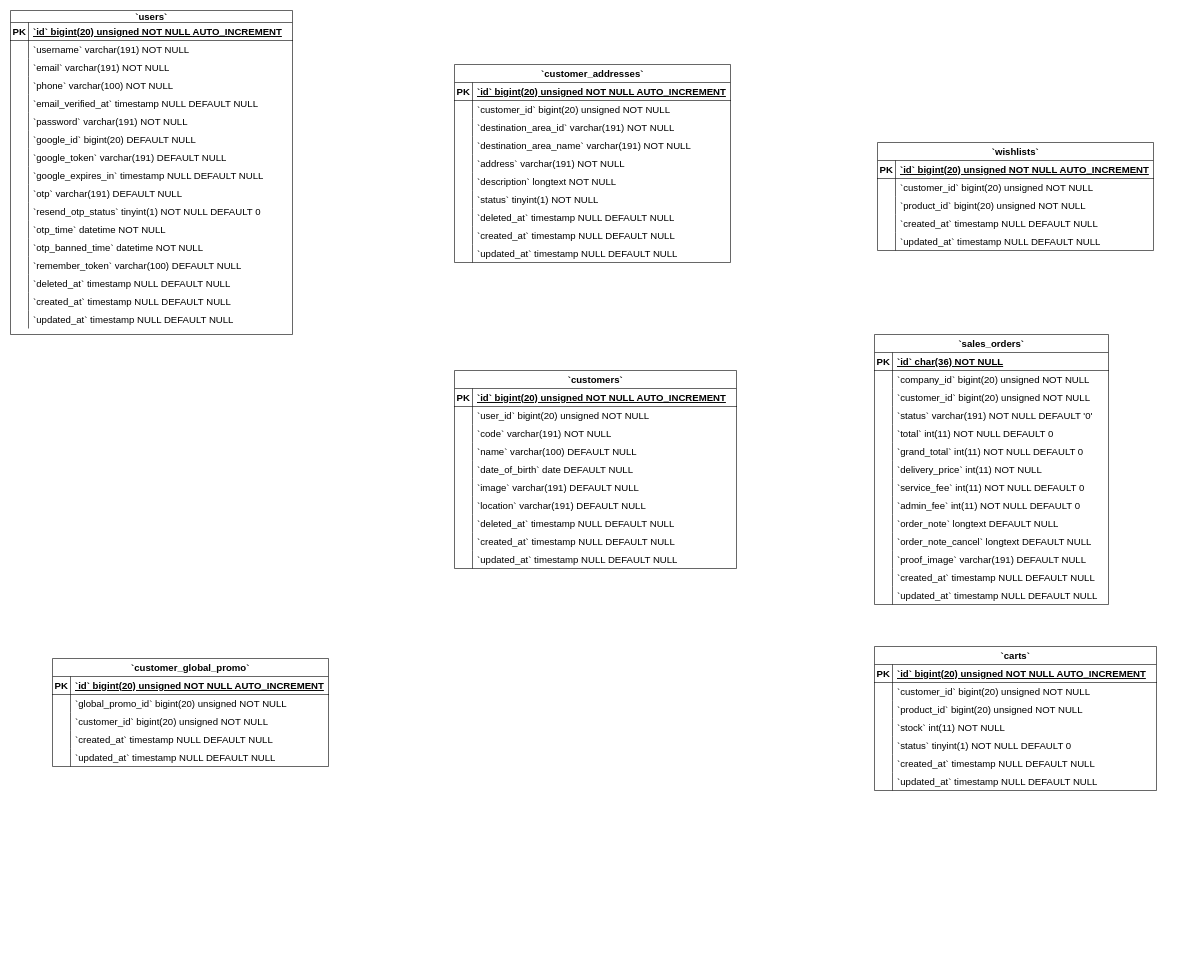
Before: Customers ERD Diagram.drawio in Simasco/diagram, a draw.io diagram. Source tidied: cells renumbered, new cells numbered last; positions are measured from the earlier drawing's top-left corner, leaving out a move shared by most shapes. Both pictures are drawn from the tidied source at 60%, with x=0, y=0 at pixel (10, 10).
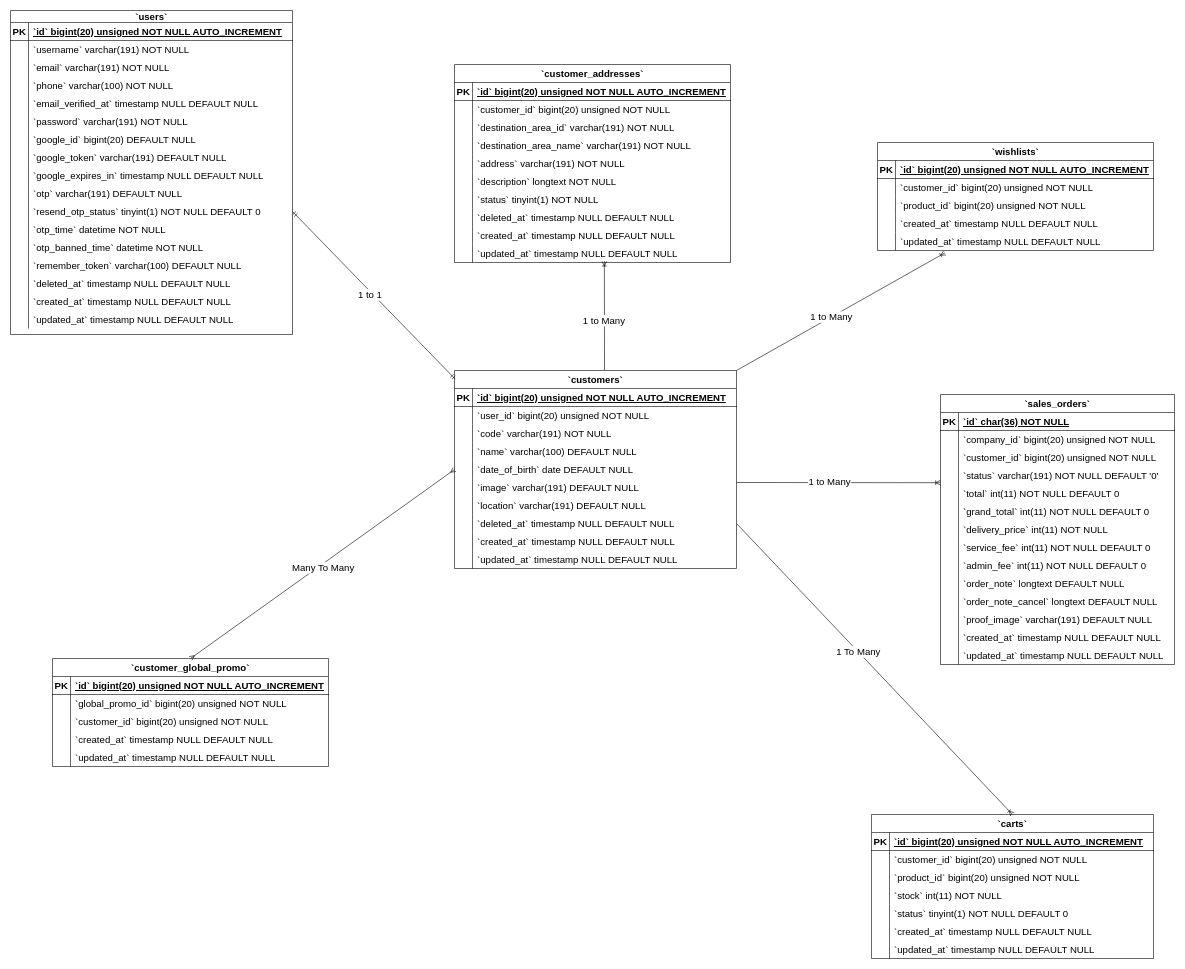
The same diagram, later.

Unchanged cells that the change refers to:
```xml
<mxCell id="33" style="shape=tableRow;horizontal=0;startSize=0;swimlaneHead=0;swimlaneBody=0;fillColor=none;points=[[0,0.5],[1,0.5]];portConstraint=eastwest;strokeColor=inherit;top=0;left=0;right=0;bottom=0;fontSize=16;" parent="2" vertex="1">
  <mxGeometry y="320" width="470" height="30" as="geometry" />
</mxCell>
<mxCell id="54" value="`customers`" style="shape=table;startSize=30;childLayout=tableLayout;rowLines=0;fontStyle=1;align=center;fontSize=16;" parent="1" vertex="1">
  <mxGeometry x="740" y="600" width="470" height="330" as="geometry" />
</mxCell>
<mxCell id="67" style="shape=tableRow;horizontal=0;startSize=0;swimlaneHead=0;swimlaneBody=0;fillColor=none;points=[[0,0.5],[1,0.5]];portConstraint=eastwest;strokeColor=inherit;top=0;left=0;right=0;bottom=0;fontSize=16;" parent="54" vertex="1">
  <mxGeometry y="150" width="470" height="30" as="geometry" />
</mxCell>
<mxCell id="76" style="shape=tableRow;horizontal=0;startSize=0;swimlaneHead=0;swimlaneBody=0;fillColor=none;points=[[0,0.5],[1,0.5]];portConstraint=eastwest;strokeColor=inherit;top=0;left=0;right=0;bottom=0;fontSize=16;" parent="54" vertex="1">
  <mxGeometry y="240" width="470" height="30" as="geometry" />
</mxCell>
<mxCell id="113" style="shape=tableRow;horizontal=0;startSize=0;swimlaneHead=0;swimlaneBody=0;fillColor=none;points=[[0,0.5],[1,0.5]];portConstraint=eastwest;strokeColor=inherit;top=0;left=0;right=0;bottom=0;fontSize=16;" parent="85" vertex="1">
  <mxGeometry y="300" width="460" height="30" as="geometry" />
</mxCell>
<mxCell id="138" value="`customer_global_promo`" style="shape=table;startSize=30;childLayout=tableLayout;rowLines=0;fontStyle=1;align=center;fontSize=16;" parent="1" vertex="1">
  <mxGeometry x="70" y="1080" width="460" height="180" as="geometry" />
</mxCell>
<mxCell id="210" style="shape=tableRow;horizontal=0;startSize=0;swimlaneHead=0;swimlaneBody=0;fillColor=none;points=[[0,0.5],[1,0.5]];portConstraint=eastwest;strokeColor=inherit;top=0;left=0;right=0;bottom=0;fontSize=16;" parent="197" vertex="1">
  <mxGeometry y="150" width="460" height="30" as="geometry" />
</mxCell>
```

What changed in the source:
```diff
@@
     <mxCell id="116" value="`carts`" style="shape=table;startSize=30;childLayout=tableLayout;rowLines=0;fontStyle=1;align=center;fontSize=16;" parent="1" vertex="1">
-      <mxGeometry x="1440" y="1060" width="470" height="240" as="geometry" />
+      <mxGeometry x="1435" y="1340" width="470" height="240" as="geometry" />
     </mxCell>
@@
     <mxCell id="154" value="`sales_orders`" style="shape=table;startSize=30;childLayout=tableLayout;rowLines=0;fontStyle=1;align=center;fontSize=16;" parent="1" vertex="1">
-      <mxGeometry x="1440" y="540" width="390" height="450" as="geometry" />
+      <mxGeometry x="1550" y="640" width="390" height="450" as="geometry" />
     </mxCell>
@@
+    <mxCell id="213" style="fontSize=16;html=1;endArrow=ERoneToMany;rounded=0;exitX=0.532;exitY=-0.002;exitDx=0;exitDy=0;entryX=0.543;entryY=0.93;entryDx=0;entryDy=0;entryPerimeter=0;exitPerimeter=0;" parent="1" edge="1" source="54" target="113">
+      <mxGeometry relative="1" as="geometry" />
+    </mxCell>
+    <mxCell id="214" value="&lt;font style=&quot;font-size: 16px;&quot;&gt;1 to Many&lt;/font&gt;" style="edgeLabel;html=1;align=center;verticalAlign=middle;fontSize=16;" parent="213" vertex="1">
+      <mxGeometry x="-0.09" y="1" relative="1" as="geometry" />
+    </mxCell>
+    <mxCell id="215" style="fontSize=16;html=1;endArrow=ERoneToMany;rounded=0;exitX=1;exitY=0;exitDx=0;exitDy=0;entryX=0.244;entryY=1.133;entryDx=0;entryDy=0;entryPerimeter=0;" parent="1" edge="1" source="54" target="210">
+      <mxGeometry relative="1" as="geometry" />
+    </mxCell>
+    <mxCell id="216" value="&lt;font style=&quot;font-size: 16px;&quot;&gt;1 to Many&lt;/font&gt;" style="edgeLabel;html=1;align=center;verticalAlign=middle;fontSize=16;" parent="215" vertex="1">
+      <mxGeometry x="-0.09" y="1" relative="1" as="geometry" />
+    </mxCell>
+    <mxCell id="217" style="fontSize=16;html=1;endArrow=ERoneToMany;rounded=0;exitX=1.001;exitY=1.222;exitDx=0;exitDy=0;exitPerimeter=0;" parent="1" edge="1" source="67">
+      <mxGeometry relative="1" as="geometry">
+        <mxPoint x="1550" y="787" as="targetPoint" />
+      </mxGeometry>
+    </mxCell>
+    <mxCell id="218" value="&lt;font style=&quot;font-size: 16px;&quot;&gt;1 to Many&lt;/font&gt;" style="edgeLabel;html=1;align=center;verticalAlign=middle;fontSize=16;" parent="217" vertex="1">
+      <mxGeometry x="-0.09" y="1" relative="1" as="geometry" />
+    </mxCell>
+    <mxCell id="219" style="rounded=0;jettySize=auto;html=1;exitX=1;exitY=0.5;exitDx=0;exitDy=0;entryX=0.5;entryY=0;entryDx=0;entryDy=0;endArrow=ERoneToMany;endFill=0;fontSize=16;" parent="1" edge="1" source="76" target="116">
+      <mxGeometry relative="1" as="geometry" />
+    </mxCell>
+    <mxCell id="220" value="&lt;font style=&quot;font-size: 16px;&quot;&gt;1 To Many&lt;/font&gt;" style="edgeLabel;html=1;align=center;verticalAlign=middle;fontSize=16;" parent="219" vertex="1">
+      <mxGeometry x="-0.12" relative="1" as="geometry" />
+    </mxCell>
+    <mxCell id="221" style="fontSize=16;html=1;endArrow=ERmany;startArrow=ERmany;rounded=0;exitX=0.5;exitY=0;exitDx=0;exitDy=0;entryX=0;entryY=0.5;entryDx=0;entryDy=0;" parent="1" edge="1" source="138" target="67">
+      <mxGeometry relative="1" as="geometry" />
+    </mxCell>
+    <mxCell id="222" value="&lt;font style=&quot;font-size: 16px;&quot;&gt;Many To Many&lt;/font&gt;" style="edgeLabel;html=1;align=center;verticalAlign=middle;fontSize=16;" parent="221" vertex="1">
+      <mxGeometry x="-0.01" y="-4" relative="1" as="geometry">
+        <mxPoint y="1" as="offset" />
+      </mxGeometry>
+    </mxCell>
+    <mxCell id="223" style="fontSize=16;html=1;endArrow=ERmandOne;startArrow=ERmandOne;rounded=0;exitX=0.003;exitY=0.044;exitDx=0;exitDy=0;exitPerimeter=0;entryX=1;entryY=0.5;entryDx=0;entryDy=0;" parent="1" edge="1" source="54" target="33">
+      <mxGeometry relative="1" as="geometry" />
+    </mxCell>
+    <mxCell id="224" value="1 to 1" style="edgeLabel;html=1;align=center;verticalAlign=middle;fontSize=16;" parent="223" vertex="1">
+      <mxGeometry x="0.02" y="4" relative="1" as="geometry">
+        <mxPoint x="-1" y="-1" as="offset" />
+      </mxGeometry>
+    </mxCell>
```
